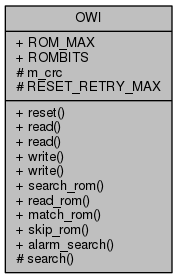
This is Arduino-OWI/d4/dc0/classOWI__coll__graph.png from mikaelpatel/mikaelpatel.github.io, a Graphviz export, as it was before one commit. Its source is kept beside it as Arduino-OWI/d4/dc0/classOWI__coll__graph.dot.
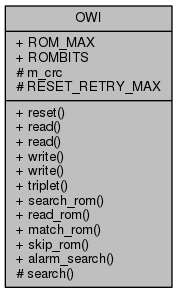
After the change.

What changed in the source:
```diff
@@ -2,5 +2,5 @@
 {
   edge [fontname="Helvetica",fontsize="10",labelfontname="Helvetica",labelfontsize="10"];
   node [fontname="Helvetica",fontsize="10",shape=record];
-  Node1 [label="{OWI\n|+ ROM_MAX\l+ ROMBITS\l# m_crc\l# RESET_RETRY_MAX\l|+ reset()\l+ read()\l+ read()\l+ write()\l+ write()\l+ search_rom()\l+ read_rom()\l+ match_rom()\l+ skip_rom()\l+ alarm_search()\l# search()\l}",height=0.2,width=0.4,color="black", fillcolor="grey75", style="filled", fontcolor="black"];
+  Node1 [label="{OWI\n|+ ROM_MAX\l+ ROMBITS\l# m_crc\l# RESET_RETRY_MAX\l|+ reset()\l+ read()\l+ read()\l+ write()\l+ write()\l+ triplet()\l+ search_rom()\l+ read_rom()\l+ match_rom()\l+ skip_rom()\l+ alarm_search()\l# search()\l}",height=0.2,width=0.4,color="black", fillcolor="grey75", style="filled", fontcolor="black"];
 }
```
